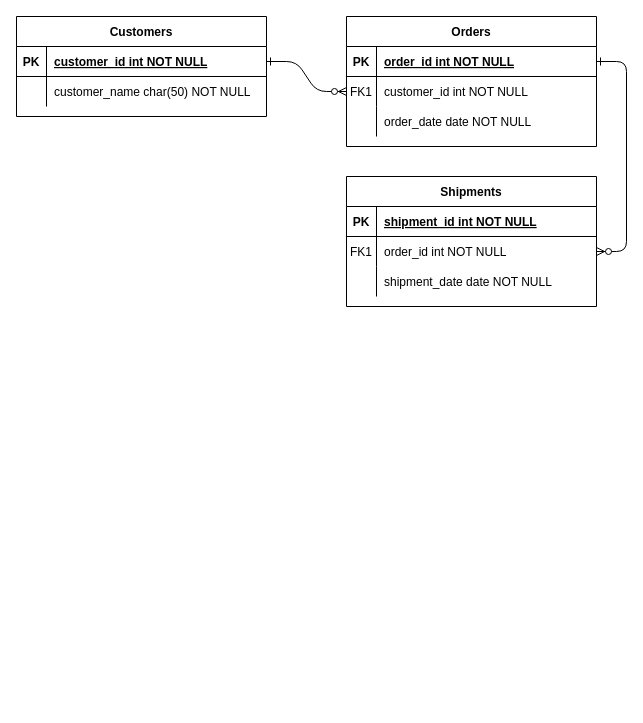
i-ninte/SQL_with_BiQquery keeps this draw.io diagram as Untitled Diagram.drawio. Above is the earlier version. Source tidied: cells renumbered, new cells numbered last; positions are measured from the earlier drawing's top-left corner, leaving out a move shared by most shapes. Both pictures are drawn from the tidied source at 100%, with x=0, y=0 at pixel (16, 16).
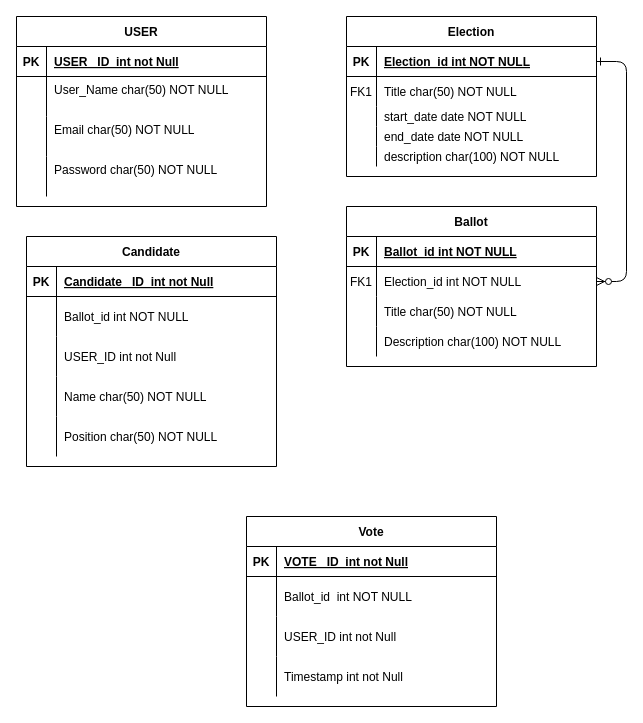
Above is the later version.

The change refers to these unchanged cells:
```xml
<mxCell id="5" style="shape=partialRectangle;fillColor=none;points=[[0,0.5],[1,0.5]];portConstraint=eastwest;top=0;left=0;right=0;bottom=1;" parent="4" vertex="1">
  <mxGeometry y="30" width="250" height="30" as="geometry" />
</mxCell>
<mxCell id="8" style="shape=partialRectangle;fillColor=none;points=[[0,0.5],[1,0.5]];portConstraint=eastwest;top=0;left=0;right=0;bottom=0;" parent="4" vertex="1">
  <mxGeometry y="60" width="250" height="30" as="geometry" />
</mxCell>
<mxCell id="15" style="shape=partialRectangle;fillColor=none;top=0;left=0;right=0;bottom=1;" parent="14" vertex="1">
  <mxGeometry y="30" width="250" height="30" as="geometry" />
</mxCell>
<mxCell id="18" style="shape=partialRectangle;fillColor=none;points=[[0,0.5],[1,0.5]];portConstraint=eastwest;top=0;left=0;right=0;bottom=0;" parent="14" vertex="1">
  <mxGeometry y="60" width="250" height="30" as="geometry" />
</mxCell>
<mxCell id="21" style="shape=partialRectangle;fillColor=none;top=0;left=0;right=0;bottom=0;" parent="14" vertex="1">
  <mxGeometry y="90" width="250" height="30" as="geometry" />
</mxCell>
<mxCell id="25" style="shape=partialRectangle;fillColor=none;points=[[0,0.5],[1,0.5]];portConstraint=eastwest;top=0;left=0;right=0;bottom=1;" parent="24" vertex="1">
  <mxGeometry y="30" width="250" height="30" as="geometry" />
</mxCell>
```

Change to the diagram source:
```diff
@@
-    <mxCell id="2" style="edgeStyle=entityRelationEdgeStyle;endArrow=ERzeroToMany;startArrow=ERone;endFill=1;startFill=0;" parent="1" edge="1" source="25" target="8">
+    <mxCell id="2" style="edgeStyle=entityRelationEdgeStyle;endArrow=ERzeroToMany;startArrow=ERone;endFill=1;startFill=0;strokeColor=none;" parent="1" edge="1" source="25" target="8">
       <mxGeometry relative="1" as="geometry" />
     </mxCell>
@@
-    <mxCell id="4" value="Orders" style="shape=table;startSize=30;childLayout=tableLayout;rowLines=0;fontStyle=1;align=center;" parent="1" vertex="1">
-      <mxGeometry x="330" width="250" height="130" as="geometry" />
+    <mxCell id="4" value="Election" style="shape=table;startSize=30;childLayout=tableLayout;rowLines=0;fontStyle=1;align=center;" parent="1" vertex="1">
+      <mxGeometry x="330" width="250" height="160" as="geometry" />
     </mxCell>
@@
-    <mxCell id="7" value="order_id int NOT NULL " style="shape=partialRectangle;overflow=hidden;fillColor=none;top=0;left=0;bottom=0;right=0;align=left;spacingLeft=6;fontStyle=5;" parent="5" vertex="1">
+    <mxCell id="7" value="Election_id int NOT NULL " style="shape=partialRectangle;overflow=hidden;fillColor=none;top=0;left=0;bottom=0;right=0;align=left;spacingLeft=6;fontStyle=5;" parent="5" vertex="1">
       <mxGeometry x="30" width="220" height="30" as="geometry" />
     </mxCell>
@@
-    <mxCell id="10" value="customer_id int NOT NULL" style="shape=partialRectangle;overflow=hidden;fillColor=none;top=0;left=0;bottom=0;right=0;align=left;spacingLeft=6;" parent="8" vertex="1">
+    <mxCell id="10" value="Title char(50) NOT NULL" style="shape=partialRectangle;overflow=hidden;fillColor=none;top=0;left=0;bottom=0;right=0;align=left;spacingLeft=6;" parent="8" vertex="1">
       <mxGeometry x="30" width="220" height="30" as="geometry" />
     </mxCell>
     <mxCell id="11" style="shape=partialRectangle;fillColor=none;top=0;left=0;right=0;bottom=0;" parent="4" vertex="1">
-      <mxGeometry y="90" width="250" height="30" as="geometry" />
+      <mxGeometry y="90" width="250" height="20" as="geometry" />
     </mxCell>
     <mxCell id="12" style="shape=partialRectangle;overflow=hidden;fillColor=none;top=0;left=0;bottom=0;right=0;" parent="11" vertex="1">
-      <mxGeometry width="30" height="30" as="geometry" />
+      <mxGeometry width="30" height="20" as="geometry" />
     </mxCell>
-    <mxCell id="13" value="order_date date NOT NULL" style="shape=partialRectangle;overflow=hidden;fillColor=none;top=0;left=0;bottom=0;right=0;align=left;spacingLeft=6;" parent="11" vertex="1">
-      <mxGeometry x="30" width="220" height="30" as="geometry" />
+    <mxCell id="13" value="start_date date NOT NULL" style="shape=partialRectangle;overflow=hidden;fillColor=none;top=0;left=0;bottom=0;right=0;align=left;spacingLeft=6;" parent="11" vertex="1">
+      <mxGeometry x="30" width="220" height="20" as="geometry" />
     </mxCell>
+    <mxCell id="31" style="shape=partialRectangle;fillColor=none;top=0;left=0;right=0;bottom=0;" parent="4" vertex="1">
+      <mxGeometry y="110" width="250" height="20" as="geometry" />
+    </mxCell>
+    <mxCell id="32" style="shape=partialRectangle;overflow=hidden;fillColor=none;top=0;left=0;bottom=0;right=0;" parent="31" vertex="1">
+      <mxGeometry width="30" height="20" as="geometry" />
+    </mxCell>
+    <mxCell id="33" value="end_date date NOT NULL" style="shape=partialRectangle;overflow=hidden;fillColor=none;top=0;left=0;bottom=0;right=0;align=left;spacingLeft=6;" parent="31" vertex="1">
+      <mxGeometry x="30" width="220" height="20" as="geometry" />
+    </mxCell>
+    <mxCell id="34" style="shape=partialRectangle;fillColor=none;top=0;left=0;right=0;bottom=0;" parent="4" vertex="1">
+      <mxGeometry y="130" width="250" height="20" as="geometry" />
+    </mxCell>
+    <mxCell id="35" style="shape=partialRectangle;overflow=hidden;fillColor=none;top=0;left=0;bottom=0;right=0;" parent="34" vertex="1">
+      <mxGeometry width="30" height="20" as="geometry" />
+    </mxCell>
+    <mxCell id="36" value="description char(100) NOT NULL" style="shape=partialRectangle;overflow=hidden;fillColor=none;top=0;left=0;bottom=0;right=0;align=left;spacingLeft=6;" parent="34" vertex="1">
+      <mxGeometry x="30" width="220" height="20" as="geometry" />
+    </mxCell>
-    <mxCell id="14" value="Shipments" style="shape=table;startSize=30;childLayout=tableLayout;rowLines=0;fontStyle=1;align=center;" parent="1" vertex="1">
-      <mxGeometry x="330" y="160" width="250" height="130" as="geometry" />
+    <mxCell id="14" value="Ballot" style="shape=table;startSize=30;childLayout=tableLayout;rowLines=0;fontStyle=1;align=center;" parent="1" vertex="1">
+      <mxGeometry x="330" y="190" width="250" height="160" as="geometry" />
     </mxCell>
@@
-    <mxCell id="17" value="shipment_id int NOT NULL " style="shape=partialRectangle;overflow=hidden;fillColor=none;top=0;left=0;bottom=0;right=0;align=left;spacingLeft=6;fontStyle=5;" parent="15" vertex="1">
+    <mxCell id="17" value="Ballot_id int NOT NULL " style="shape=partialRectangle;overflow=hidden;fillColor=none;top=0;left=0;bottom=0;right=0;align=left;spacingLeft=6;fontStyle=5;" parent="15" vertex="1">
       <mxGeometry x="30" width="220" height="30" as="geometry" />
     </mxCell>
@@
-    <mxCell id="20" value="order_id int NOT NULL" style="shape=partialRectangle;overflow=hidden;fillColor=none;top=0;left=0;bottom=0;right=0;align=left;spacingLeft=6;" parent="18" vertex="1">
+    <mxCell id="20" value="Election_id int NOT NULL" style="shape=partialRectangle;overflow=hidden;fillColor=none;top=0;left=0;bottom=0;right=0;align=left;spacingLeft=6;" parent="18" vertex="1">
       <mxGeometry x="30" width="220" height="30" as="geometry" />
     </mxCell>
@@
-    <mxCell id="23" value="shipment_date date NOT NULL" style="shape=partialRectangle;overflow=hidden;fillColor=none;top=0;left=0;bottom=0;right=0;align=left;spacingLeft=6;" parent="21" vertex="1">
+    <mxCell id="23" value="Title char(50) NOT NULL" style="shape=partialRectangle;overflow=hidden;fillColor=none;top=0;left=0;bottom=0;right=0;align=left;spacingLeft=6;" parent="21" vertex="1">
       <mxGeometry x="30" width="220" height="30" as="geometry" />
     </mxCell>
+    <mxCell id="37" style="shape=partialRectangle;fillColor=none;top=0;left=0;right=0;bottom=0;" parent="14" vertex="1">
+      <mxGeometry y="120" width="250" height="30" as="geometry" />
+    </mxCell>
+    <mxCell id="38" style="shape=partialRectangle;overflow=hidden;fillColor=none;top=0;left=0;bottom=0;right=0;" parent="37" vertex="1">
+      <mxGeometry width="30" height="30" as="geometry" />
+    </mxCell>
+    <mxCell id="39" value="Description char(100) NOT NULL" style="shape=partialRectangle;overflow=hidden;fillColor=none;top=0;left=0;bottom=0;right=0;align=left;spacingLeft=6;" parent="37" vertex="1">
+      <mxGeometry x="30" width="220" height="30" as="geometry" />
+    </mxCell>
-    <mxCell id="24" value="Customers" style="shape=table;startSize=30;childLayout=tableLayout;rowLines=0;fontStyle=1;align=center;" parent="1" vertex="1">
-      <mxGeometry width="250" height="100" as="geometry" />
+    <mxCell id="24" value="USER" style="shape=table;startSize=30;childLayout=tableLayout;rowLines=0;fontStyle=1;align=center;" parent="1" vertex="1">
+      <mxGeometry width="250" height="190" as="geometry" />
     </mxCell>
@@
-    <mxCell id="27" value="customer_id int NOT NULL " style="shape=partialRectangle;overflow=hidden;fillColor=none;top=0;left=0;bottom=0;right=0;align=left;spacingLeft=6;fontStyle=5;" parent="25" vertex="1">
+    <mxCell id="27" value="USER _ID  int not Null" style="shape=partialRectangle;overflow=hidden;fillColor=none;top=0;left=0;bottom=0;right=0;align=left;spacingLeft=6;fontStyle=5;" parent="25" vertex="1">
       <mxGeometry x="30" width="220" height="30" as="geometry" />
     </mxCell>
     <mxCell id="28" style="shape=partialRectangle;fillColor=none;top=0;left=0;right=0;bottom=0;" parent="24" vertex="1">
-      <mxGeometry y="60" width="250" height="30" as="geometry" />
+      <mxGeometry y="60" width="250" height="40" as="geometry" />
     </mxCell>
     <mxCell id="29" style="shape=partialRectangle;overflow=hidden;fillColor=none;top=0;left=0;bottom=0;right=0;" parent="28" vertex="1">
-      <mxGeometry width="30" height="30" as="geometry" />
+      <mxGeometry width="30" height="40" as="geometry" />
     </mxCell>
-    <mxCell id="30" value="customer_name char(50) NOT NULL" style="shape=partialRectangle;overflow=hidden;fillColor=none;top=0;left=0;bottom=0;right=0;align=left;spacingLeft=6;" parent="28" vertex="1">
-      <mxGeometry x="30" width="220" height="30" as="geometry" />
+    <mxCell id="30" value="User_Name char(50) NOT NULL&#10;" style="shape=partialRectangle;overflow=hidden;fillColor=none;top=0;left=0;bottom=0;right=0;align=left;spacingLeft=6;" parent="28" vertex="1">
+      <mxGeometry x="30" width="220" height="40" as="geometry" />
     </mxCell>
+    <mxCell id="40" style="shape=partialRectangle;fillColor=none;top=0;left=0;right=0;bottom=0;" parent="24" vertex="1">
+      <mxGeometry y="100" width="250" height="40" as="geometry" />
+    </mxCell>
+    <mxCell id="41" style="shape=partialRectangle;overflow=hidden;fillColor=none;top=0;left=0;bottom=0;right=0;" parent="40" vertex="1">
+      <mxGeometry width="30" height="40" as="geometry" />
+    </mxCell>
+    <mxCell id="42" value="Email char(50) NOT NULL&#10;" style="shape=partialRectangle;overflow=hidden;fillColor=none;top=0;left=0;bottom=0;right=0;align=left;spacingLeft=6;" parent="40" vertex="1">
+      <mxGeometry x="30" width="220" height="40" as="geometry" />
+    </mxCell>
+    <mxCell id="43" style="shape=partialRectangle;fillColor=none;top=0;left=0;right=0;bottom=0;" parent="24" vertex="1">
+      <mxGeometry y="140" width="250" height="40" as="geometry" />
+    </mxCell>
+    <mxCell id="44" style="shape=partialRectangle;overflow=hidden;fillColor=none;top=0;left=0;bottom=0;right=0;" parent="43" vertex="1">
+      <mxGeometry width="30" height="40" as="geometry" />
+    </mxCell>
+    <mxCell id="45" value="Password char(50) NOT NULL&#10;" style="shape=partialRectangle;overflow=hidden;fillColor=none;top=0;left=0;bottom=0;right=0;align=left;spacingLeft=6;" parent="43" vertex="1">
+      <mxGeometry x="30" width="220" height="40" as="geometry" />
+    </mxCell>
+    <mxCell id="46" value="Candidate" style="shape=table;startSize=30;childLayout=tableLayout;rowLines=0;fontStyle=1;align=center;" parent="1" vertex="1">
+      <mxGeometry x="10" y="220" width="250" height="230" as="geometry" />
+    </mxCell>
+    <mxCell id="47" style="shape=partialRectangle;fillColor=none;top=0;left=0;right=0;bottom=1;" parent="46" vertex="1">
+      <mxGeometry y="30" width="250" height="30" as="geometry" />
+    </mxCell>
+    <mxCell id="48" value="PK" style="shape=partialRectangle;overflow=hidden;fillColor=none;top=0;left=0;bottom=0;right=0;fontStyle=1;" parent="47" vertex="1">
+      <mxGeometry width="30" height="30" as="geometry" />
+    </mxCell>
+    <mxCell id="49" value="Candidate _ID  int not Null" style="shape=partialRectangle;overflow=hidden;fillColor=none;top=0;left=0;bottom=0;right=0;align=left;spacingLeft=6;fontStyle=5;" parent="47" vertex="1">
+      <mxGeometry x="30" width="220" height="30" as="geometry" />
+    </mxCell>
+    <mxCell id="50" style="shape=partialRectangle;fillColor=none;top=0;left=0;right=0;bottom=0;" parent="46" vertex="1">
+      <mxGeometry y="60" width="250" height="40" as="geometry" />
+    </mxCell>
+    <mxCell id="51" style="shape=partialRectangle;overflow=hidden;fillColor=none;top=0;left=0;bottom=0;right=0;" parent="50" vertex="1">
+      <mxGeometry width="30" height="40" as="geometry" />
+    </mxCell>
+    <mxCell id="52" value="Ballot_id int NOT NULL" style="shape=partialRectangle;overflow=hidden;fillColor=none;top=0;left=0;bottom=0;right=0;align=left;spacingLeft=6;" parent="50" vertex="1">
+      <mxGeometry x="30" width="220" height="40" as="geometry" />
+    </mxCell>
+    <mxCell id="53" style="shape=partialRectangle;fillColor=none;top=0;left=0;right=0;bottom=0;" parent="46" vertex="1">
+      <mxGeometry y="100" width="250" height="40" as="geometry" />
+    </mxCell>
+    <mxCell id="54" style="shape=partialRectangle;overflow=hidden;fillColor=none;top=0;left=0;bottom=0;right=0;" parent="53" vertex="1">
+      <mxGeometry width="30" height="40" as="geometry" />
+    </mxCell>
+    <mxCell id="55" value="USER_ID int not Null" style="shape=partialRectangle;overflow=hidden;fillColor=none;top=0;left=0;bottom=0;right=0;align=left;spacingLeft=6;" parent="53" vertex="1">
+      <mxGeometry x="30" width="220" height="40" as="geometry" />
+    </mxCell>
+    <mxCell id="56" style="shape=partialRectangle;fillColor=none;top=0;left=0;right=0;bottom=0;" parent="46" vertex="1">
+      <mxGeometry y="140" width="250" height="40" as="geometry" />
+    </mxCell>
+    <mxCell id="57" style="shape=partialRectangle;overflow=hidden;fillColor=none;top=0;left=0;bottom=0;right=0;" parent="56" vertex="1">
+      <mxGeometry width="30" height="40" as="geometry" />
+    </mxCell>
+    <mxCell id="58" value="Name char(50) NOT NULL" style="shape=partialRectangle;overflow=hidden;fillColor=none;top=0;left=0;bottom=0;right=0;align=left;spacingLeft=6;" parent="56" vertex="1">
+      <mxGeometry x="30" width="220" height="40" as="geometry" />
+    </mxCell>
+    <mxCell id="59" style="shape=partialRectangle;fillColor=none;top=0;left=0;right=0;bottom=0;" parent="46" vertex="1">
+      <mxGeometry y="180" width="250" height="40" as="geometry" />
+    </mxCell>
+    <mxCell id="60" style="shape=partialRectangle;overflow=hidden;fillColor=none;top=0;left=0;bottom=0;right=0;" parent="59" vertex="1">
+      <mxGeometry width="30" height="40" as="geometry" />
+    </mxCell>
+    <mxCell id="61" value="Position char(50) NOT NULL" style="shape=partialRectangle;overflow=hidden;fillColor=none;top=0;left=0;bottom=0;right=0;align=left;spacingLeft=6;" parent="59" vertex="1">
+      <mxGeometry x="30" width="220" height="40" as="geometry" />
+    </mxCell>
+    <mxCell id="62" value="Vote" style="shape=table;startSize=30;childLayout=tableLayout;rowLines=0;fontStyle=1;align=center;" parent="1" vertex="1">
+      <mxGeometry x="230" y="500" width="250" height="190" as="geometry" />
+    </mxCell>
+    <mxCell id="63" style="shape=partialRectangle;fillColor=none;top=0;left=0;right=0;bottom=1;" parent="62" vertex="1">
+      <mxGeometry y="30" width="250" height="30" as="geometry" />
+    </mxCell>
+    <mxCell id="64" value="PK" style="shape=partialRectangle;overflow=hidden;fillColor=none;top=0;left=0;bottom=0;right=0;fontStyle=1;" parent="63" vertex="1">
+      <mxGeometry width="30" height="30" as="geometry" />
+    </mxCell>
+    <mxCell id="65" value="VOTE _ID  int not Null" style="shape=partialRectangle;overflow=hidden;fillColor=none;top=0;left=0;bottom=0;right=0;align=left;spacingLeft=6;fontStyle=5;" parent="63" vertex="1">
+      <mxGeometry x="30" width="220" height="30" as="geometry" />
+    </mxCell>
+    <mxCell id="66" style="shape=partialRectangle;fillColor=none;top=0;left=0;right=0;bottom=0;" parent="62" vertex="1">
+      <mxGeometry y="60" width="250" height="40" as="geometry" />
+    </mxCell>
+    <mxCell id="67" style="shape=partialRectangle;overflow=hidden;fillColor=none;top=0;left=0;bottom=0;right=0;" parent="66" vertex="1">
+      <mxGeometry width="30" height="40" as="geometry" />
+    </mxCell>
+    <mxCell id="68" value="Ballot_id  int NOT NULL" style="shape=partialRectangle;overflow=hidden;fillColor=none;top=0;left=0;bottom=0;right=0;align=left;spacingLeft=6;" parent="66" vertex="1">
+      <mxGeometry x="30" width="220" height="40" as="geometry" />
+    </mxCell>
+    <mxCell id="69" style="shape=partialRectangle;fillColor=none;top=0;left=0;right=0;bottom=0;" parent="62" vertex="1">
+      <mxGeometry y="100" width="250" height="40" as="geometry" />
+    </mxCell>
+    <mxCell id="70" style="shape=partialRectangle;overflow=hidden;fillColor=none;top=0;left=0;bottom=0;right=0;" parent="69" vertex="1">
+      <mxGeometry width="30" height="40" as="geometry" />
+    </mxCell>
+    <mxCell id="71" value="USER_ID int not Null" style="shape=partialRectangle;overflow=hidden;fillColor=none;top=0;left=0;bottom=0;right=0;align=left;spacingLeft=6;" parent="69" vertex="1">
+      <mxGeometry x="30" width="220" height="40" as="geometry" />
+    </mxCell>
+    <mxCell id="72" style="shape=partialRectangle;fillColor=none;top=0;left=0;right=0;bottom=0;" parent="62" vertex="1">
+      <mxGeometry y="140" width="250" height="40" as="geometry" />
+    </mxCell>
+    <mxCell id="73" style="shape=partialRectangle;overflow=hidden;fillColor=none;top=0;left=0;bottom=0;right=0;" parent="72" vertex="1">
+      <mxGeometry width="30" height="40" as="geometry" />
+    </mxCell>
+    <mxCell id="74" value="Timestamp int not Null" style="shape=partialRectangle;overflow=hidden;fillColor=none;top=0;left=0;bottom=0;right=0;align=left;spacingLeft=6;" parent="72" vertex="1">
+      <mxGeometry x="30" width="220" height="40" as="geometry" />
+    </mxCell>
```
